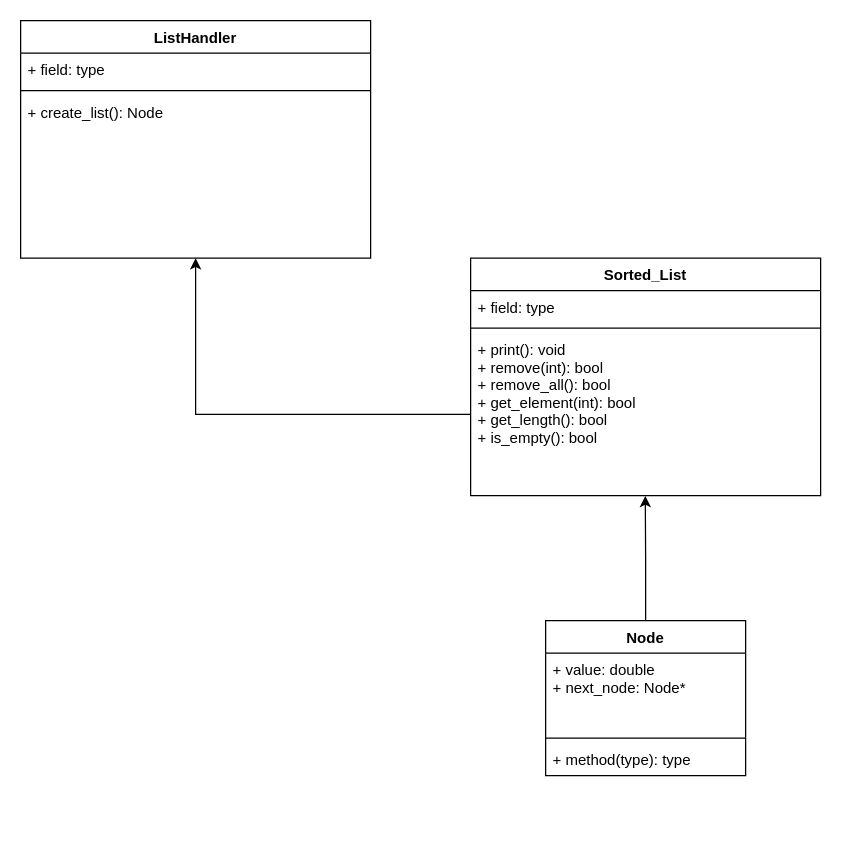
The draw.io diagram Sorted_List/UML.drawio in gustaf-colliander/TDDC76-Lab3, before the edit. Source tidied: cells renumbered, new cells numbered last; positions are measured from the earlier drawing's top-left corner, leaving out a move shared by most shapes. Both pictures are drawn from the tidied source at 125%, with x=0, y=0 at pixel (20, 20).
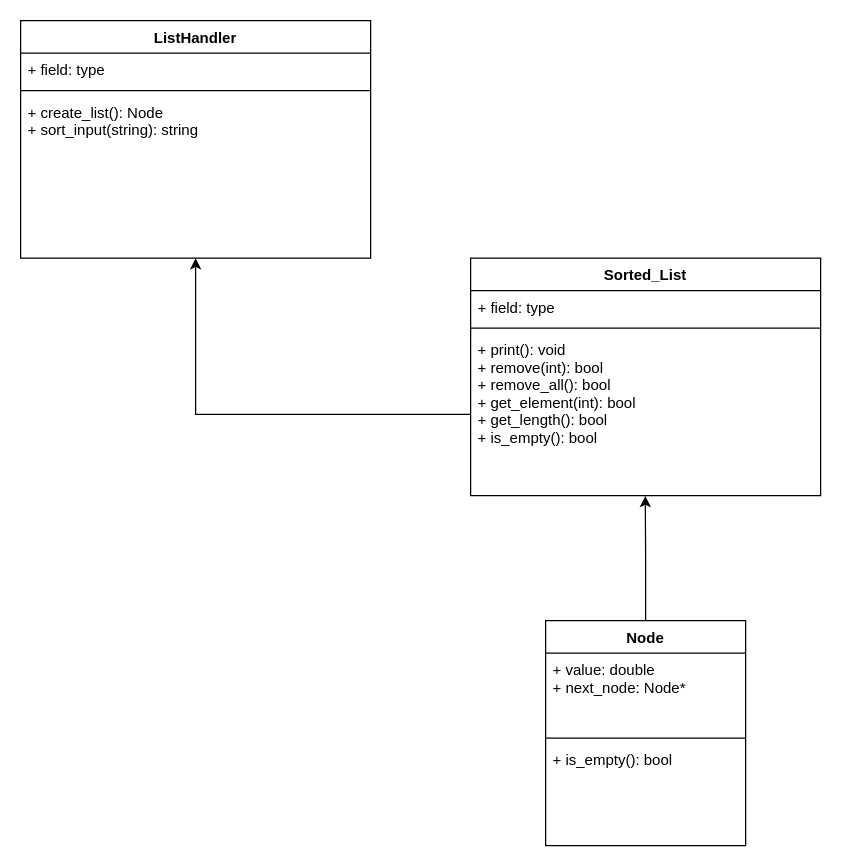
After the change.

Commit message (it also covers changes not shown here):
hur skapas en konstruktor som tar emot varierande antal argument?

The edit, as a diff of the source:
```diff
@@
 <mxGraphModel>
   <root>
     <mxCell id="0" />
     <mxCell id="1" parent="0" />
     <mxCell id="2" style="edgeStyle=orthogonalEdgeStyle;rounded=0;jettySize=auto;html=1;exitX=0.5;exitY=0;exitDx=0;exitDy=0;entryX=0.499;entryY=1.002;entryDx=0;entryDy=0;entryPerimeter=0;" parent="1" edge="1" source="3" target="10">
       <mxGeometry relative="1" as="geometry" />
     </mxCell>
     <mxCell id="3" value="Node&#10;" style="swimlane;fontStyle=1;align=center;verticalAlign=top;horizontal=1;startSize=26;" parent="1" vertex="1">
-      <mxGeometry x="420" y="480" width="160" height="124" as="geometry" />
+      <mxGeometry x="420" y="480" width="160" height="180" as="geometry" />
     </mxCell>
     <mxCell id="4" value="+ value: double&#10;+ next_node: Node*&#10;" style="text;strokeColor=none;fillColor=none;align=left;verticalAlign=top;spacingLeft=4;spacingRight=4;overflow=hidden;" parent="3" vertex="1">
       <mxGeometry y="26" width="160" height="64" as="geometry" />
     </mxCell>
     <mxCell id="5" style="line;strokeWidth=1;fillColor=none;align=left;verticalAlign=middle;spacingTop=-1;spacingLeft=3;spacingRight=3;labelPosition=right;" parent="3" vertex="1">
       <mxGeometry y="90" width="160" height="8" as="geometry" />
     </mxCell>
-    <mxCell id="6" value="+ method(type): type" style="text;strokeColor=none;fillColor=none;align=left;verticalAlign=top;spacingLeft=4;spacingRight=4;overflow=hidden;" parent="3" vertex="1">
-      <mxGeometry y="98" width="160" height="26" as="geometry" />
+    <mxCell id="6" value="+ is_empty(): bool" style="text;strokeColor=none;fillColor=none;align=left;verticalAlign=top;spacingLeft=4;spacingRight=4;overflow=hidden;" parent="3" vertex="1">
+      <mxGeometry y="98" width="160" height="82" as="geometry" />
     </mxCell>
     <mxCell id="7" value="Sorted_List" style="swimlane;fontStyle=1;align=center;verticalAlign=top;horizontal=1;startSize=26;" parent="1" vertex="1">
       <mxGeometry x="360" y="190" width="280" height="190" as="geometry" />
     </mxCell>
     <mxCell id="8" value="+ field: type" style="text;strokeColor=none;fillColor=none;align=left;verticalAlign=top;spacingLeft=4;spacingRight=4;overflow=hidden;" parent="7" vertex="1">
       <mxGeometry y="26" width="280" height="26" as="geometry" />
     </mxCell>
     <mxCell id="9" style="line;strokeWidth=1;fillColor=none;align=left;verticalAlign=middle;spacingTop=-1;spacingLeft=3;spacingRight=3;labelPosition=right;" parent="7" vertex="1">
       <mxGeometry y="52" width="280" height="8" as="geometry" />
     </mxCell>
     <mxCell id="10" value="+ print(): void&#10;+ remove(int): bool&#10;+ remove_all(): bool&#10;+ get_element(int): bool&#10;+ get_length(): bool&#10;+ is_empty(): bool&#10;" style="text;strokeColor=none;fillColor=none;align=left;verticalAlign=top;spacingLeft=4;spacingRight=4;overflow=hidden;points=[[0,0.5],[1,0.5]];portConstraint=eastwest;" parent="7" vertex="1">
       <mxGeometry y="60" width="280" height="130" as="geometry" />
     </mxCell>
     <mxCell id="11" value="ListHandler" style="swimlane;fontStyle=1;align=center;verticalAlign=top;horizontal=1;startSize=26;" parent="1" vertex="1">
       <mxGeometry width="280" height="190" as="geometry" />
     </mxCell>
     <mxCell id="12" value="+ field: type" style="text;strokeColor=none;fillColor=none;align=left;verticalAlign=top;spacingLeft=4;spacingRight=4;overflow=hidden;" parent="11" vertex="1">
       <mxGeometry y="26" width="280" height="26" as="geometry" />
     </mxCell>
     <mxCell id="13" style="line;strokeWidth=1;fillColor=none;align=left;verticalAlign=middle;spacingTop=-1;spacingLeft=3;spacingRight=3;labelPosition=right;" parent="11" vertex="1">
       <mxGeometry y="52" width="280" height="8" as="geometry" />
     </mxCell>
-    <mxCell id="14" value="+ create_list(): Node" style="text;strokeColor=none;fillColor=none;align=left;verticalAlign=top;spacingLeft=4;spacingRight=4;overflow=hidden;" parent="11" vertex="1">
+    <mxCell id="14" value="+ create_list(): Node&#10;+ sort_input(string): string&#10;" style="text;strokeColor=none;fillColor=none;align=left;verticalAlign=top;spacingLeft=4;spacingRight=4;overflow=hidden;" parent="11" vertex="1">
       <mxGeometry y="60" width="280" height="130" as="geometry" />
     </mxCell>
     <mxCell id="15" style="edgeStyle=orthogonalEdgeStyle;rounded=0;jettySize=auto;html=1;exitX=0;exitY=0.5;exitDx=0;exitDy=0;entryX=0.5;entryY=1;entryDx=0;entryDy=0;" parent="1" edge="1" source="10" target="11">
       <mxGeometry relative="1" as="geometry" />
     </mxCell>
   </root>
 </mxGraphModel>
```
